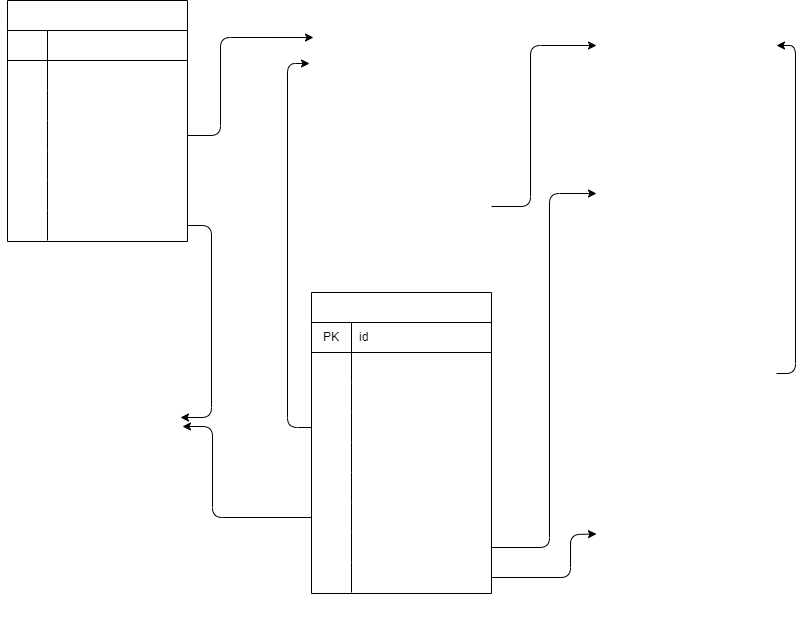
Before: Less3_HomeWork/diagram.drawio.png, a diagram exported from draw.io (Ghost845/SQL_Less). Source tidied: cells renumbered, new cells last; positions are measured from the earlier drawing's top-left corner, leaving out a move shared by most shapes.
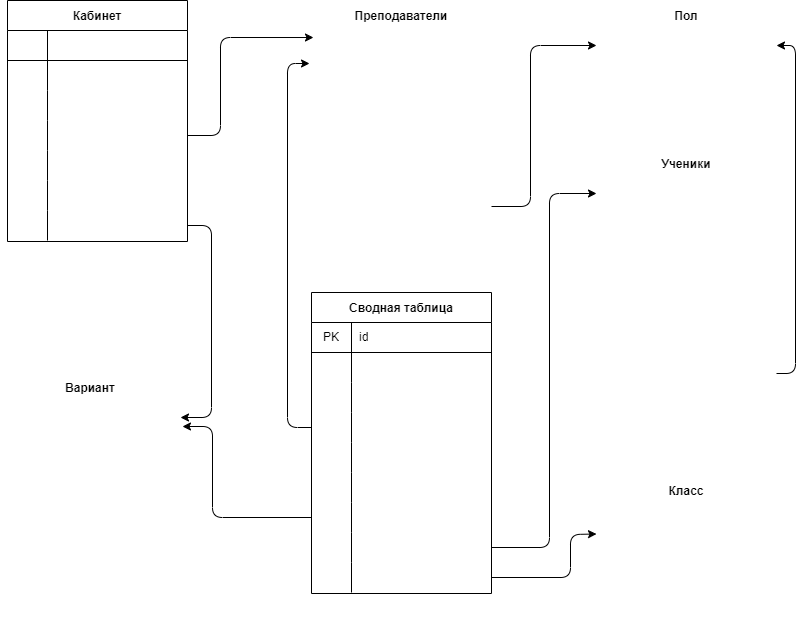
The same file after the commit.

Diff of the diagram source:
```diff
@@ -2,7 +2,7 @@
   <root>
     <mxCell id="0" />
     <mxCell id="1" parent="0" />
-    <mxCell id="2" value="Кабинет" style="shape=table;startSize=30;rowLines=0;fontStyle=1;align=center;fontColor=#FFFFFF;" parent="1" vertex="1">
+    <mxCell id="2" value="Кабинет" style="shape=table;startSize=30;rowLines=0;fontStyle=1;align=center;fontColor=#000000;" parent="1" vertex="1">
       <mxGeometry x="7" width="180" height="241" as="geometry" />
     </mxCell>
     <mxCell id="3" style="shape=partialRectangle;html=1;whiteSpace=wrap;fillColor=none;top=0;left=0;bottom=1;right=0;" parent="2" vertex="1">
@@ -68,7 +68,7 @@
     <mxCell id="23" value="&lt;span style=&quot;font-size: 10pt ; font-family: &amp;#34;arial&amp;#34; ; text-align: center&quot;&gt;&lt;font color=&quot;#ffffff&quot;&gt;Вариант_id&lt;/font&gt;&lt;/span&gt;" style="shape=partialRectangle;html=1;whiteSpace=wrap;fillColor=none;top=0;left=0;bottom=0;right=0;align=left;spacingLeft=6;overflow=hidden;" parent="21" vertex="1">
       <mxGeometry x="40" width="140" height="30" as="geometry" />
     </mxCell>
-    <mxCell id="24" value="Вариант" style="shape=table;startSize=30;rowLines=0;fontStyle=1;align=center;fontColor=#FFFFFF;strokeColor=#FFFFFF;" parent="1" vertex="1">
+    <mxCell id="24" value="Вариант" style="shape=table;startSize=30;rowLines=0;fontStyle=1;align=center;fontColor=#000000;strokeColor=#FFFFFF;" parent="1" vertex="1">
       <mxGeometry y="372" width="180" height="121" as="geometry" />
     </mxCell>
     <mxCell id="25" style="shape=partialRectangle;html=1;whiteSpace=wrap;fillColor=none;top=0;left=0;bottom=1;right=0;points=[[0,0.5],[1,0.5]];portConstraint=eastwest;fontColor=#FFFFFF;strokeColor=#FFFFFF;" parent="24" vertex="1">
@@ -98,7 +98,7 @@
     <mxCell id="33" value="&lt;span style=&quot;font-size: 10pt ; font-family: &amp;#34;arial&amp;#34; ; text-align: center&quot;&gt;Номер варианта&lt;/span&gt;" style="shape=partialRectangle;html=1;whiteSpace=wrap;fillColor=none;top=0;left=0;bottom=0;right=0;align=left;spacingLeft=6;overflow=hidden;fontColor=#FFFFFF;strokeColor=#FFFFFF;" parent="31" vertex="1">
       <mxGeometry x="40" width="140" height="30" as="geometry" />
     </mxCell>
-    <mxCell id="34" value="Ученики" style="shape=table;startSize=30;rowLines=0;fontStyle=1;align=center;fontColor=#FFFFFF;strokeColor=#FFFFFF;" parent="1" vertex="1">
+    <mxCell id="34" value="Ученики" style="shape=table;startSize=30;rowLines=0;fontStyle=1;align=center;fontColor=#000000;strokeColor=#FFFFFF;" parent="1" vertex="1">
       <mxGeometry x="596" y="148" width="180" height="241" as="geometry" />
     </mxCell>
     <mxCell id="35" style="shape=partialRectangle;html=1;whiteSpace=wrap;fillColor=none;top=0;left=0;bottom=1;right=0;points=[[0,0.5],[1,0.5]];portConstraint=eastwest;fontColor=#FFFFFF;strokeColor=#FFFFFF;" parent="34" vertex="1">
@@ -164,7 +164,7 @@
     <mxCell id="55" value="&lt;span style=&quot;font-size: 10pt ; font-family: &amp;#34;arial&amp;#34; ; text-align: center&quot;&gt;Пол_id&lt;/span&gt;" style="shape=partialRectangle;html=1;whiteSpace=wrap;fillColor=none;top=0;left=0;bottom=0;right=0;align=left;spacingLeft=6;overflow=hidden;fontColor=#FFFFFF;strokeColor=#FFFFFF;" parent="53" vertex="1">
       <mxGeometry x="40" width="140" height="30" as="geometry" />
     </mxCell>
-    <mxCell id="56" value="Класс" style="shape=table;startSize=30;rowLines=0;fontStyle=1;align=center;fontColor=#FFFFFF;strokeColor=#FFFFFF;" parent="1" vertex="1">
+    <mxCell id="56" value="Класс" style="shape=table;startSize=30;rowLines=0;fontStyle=1;align=center;fontColor=#000000;strokeColor=#FFFFFF;" parent="1" vertex="1">
       <mxGeometry x="596" y="474.5" width="180" height="148.5" as="geometry" />
     </mxCell>
     <mxCell id="57" style="shape=partialRectangle;html=1;whiteSpace=wrap;fillColor=none;top=0;left=0;bottom=1;right=0;points=[[0,0.5],[1,0.5]];portConstraint=eastwest;fontColor=#000000;strokeColor=#FFFFFF;" parent="56" vertex="1">
@@ -194,7 +194,7 @@
     <mxCell id="65" value="&lt;span style=&quot;font-size: 10pt ; font-family: &amp;#34;arial&amp;#34; ; text-align: center&quot;&gt;&lt;font color=&quot;#ffffff&quot;&gt;Буква класса&lt;/font&gt;&lt;/span&gt;" style="shape=partialRectangle;html=1;whiteSpace=wrap;fillColor=none;top=0;left=0;bottom=0;right=0;align=left;spacingLeft=6;overflow=hidden;fontColor=#000000;strokeColor=#FFFFFF;" parent="63" vertex="1">
       <mxGeometry x="40" width="140" height="30" as="geometry" />
     </mxCell>
-    <mxCell id="66" value="Преподаватели" style="shape=table;startSize=30;rowLines=0;fontStyle=1;align=center;fontColor=#FFFFFF;strokeColor=#FFFFFF;" parent="1" vertex="1">
+    <mxCell id="66" value="Преподаватели" style="shape=table;startSize=30;rowLines=0;fontStyle=1;align=center;fontColor=#000000;strokeColor=#FFFFFF;" parent="1" vertex="1">
       <mxGeometry x="311" width="180" height="221.8" as="geometry" />
     </mxCell>
     <mxCell id="67" style="shape=partialRectangle;html=1;whiteSpace=wrap;fillColor=none;top=0;left=0;bottom=1;right=0;points=[[0,0.5],[1,0.5]];portConstraint=eastwest;fontColor=#FFFFFF;strokeColor=#FFFFFF;" parent="66" vertex="1">
@@ -251,7 +251,7 @@
     <mxCell id="84" value="Пол_id" style="shape=partialRectangle;html=1;whiteSpace=wrap;fillColor=none;top=0;left=0;bottom=0;right=0;align=left;spacingLeft=6;overflow=hidden;fontColor=#FFFFFF;strokeColor=#FFFFFF;" parent="82" vertex="1">
       <mxGeometry x="40" width="140" height="30" as="geometry" />
     </mxCell>
-    <mxCell id="85" value="Пол" style="shape=table;startSize=30;rowLines=0;fontStyle=1;align=center;fontColor=#FFFFFF;strokeColor=#FFFFFF;" parent="1" vertex="1">
+    <mxCell id="85" value="Пол" style="shape=table;startSize=30;rowLines=0;fontStyle=1;align=center;fontColor=#000000;strokeColor=#FFFFFF;" parent="1" vertex="1">
       <mxGeometry x="596" width="180" height="91" as="geometry" />
     </mxCell>
     <mxCell id="86" style="shape=partialRectangle;html=1;whiteSpace=wrap;fillColor=none;top=0;left=0;bottom=1;right=0;points=[[0,0.5],[1,0.5]];portConstraint=eastwest;fontColor=#FFFFFF;strokeColor=#FFFFFF;" parent="85" vertex="1">
@@ -272,7 +272,7 @@
     <mxCell id="91" value="Пол" style="shape=partialRectangle;html=1;whiteSpace=wrap;fillColor=none;top=0;left=0;bottom=0;right=0;align=left;spacingLeft=6;overflow=hidden;fontColor=#FFFFFF;strokeColor=#FFFFFF;" parent="89" vertex="1">
       <mxGeometry x="40" width="140" height="30" as="geometry" />
     </mxCell>
-    <mxCell id="92" value="Сводная таблица" style="shape=table;startSize=30;rowLines=0;fontStyle=1;align=center;fontColor=#FFFFFF;" parent="1" vertex="1">
+    <mxCell id="92" value="Сводная таблица" style="shape=table;startSize=30;rowLines=0;fontStyle=1;align=center;fontColor=#000000;" parent="1" vertex="1">
       <mxGeometry x="311" y="292" width="180" height="301" as="geometry" />
     </mxCell>
     <mxCell id="93" style="shape=partialRectangle;html=1;whiteSpace=wrap;fillColor=none;top=0;left=0;bottom=1;right=0;" parent="92" vertex="1">
```
